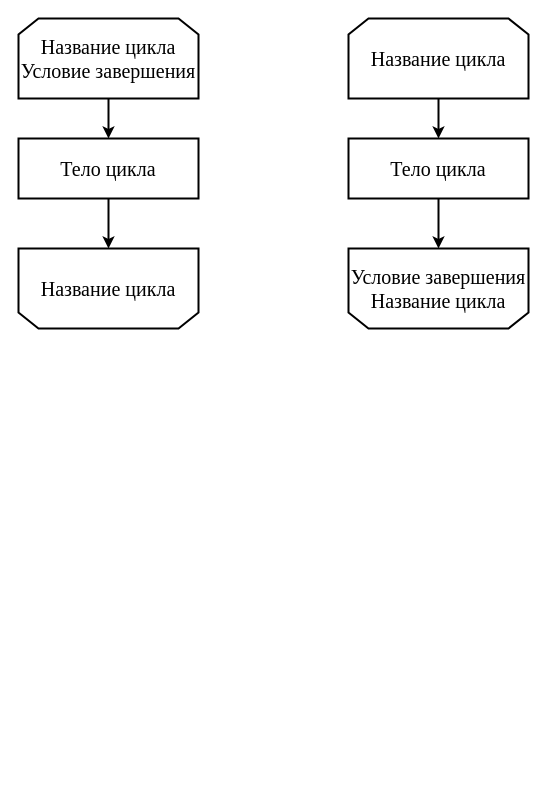
The draw.io diagram page "Цикл с условием" (1 of 4) of Цикл с условием.drawio in lenferer/draw.io, before the edit. Source tidied: cells renumbered, new cells numbered last; positions are measured from the earlier drawing's top-left corner, leaving out a move shared by most shapes. Both pictures are drawn from the tidied source at 100%, with x=0, y=0 at pixel (18, 18).
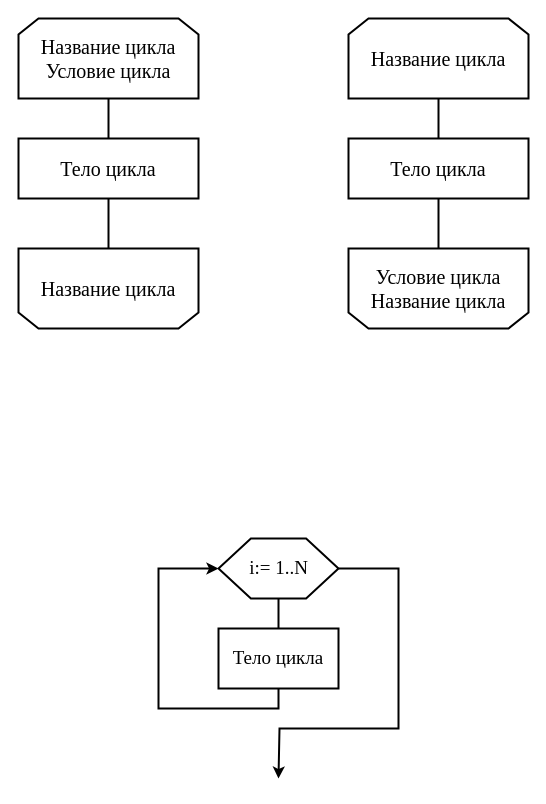
The same page after the edit.

The change refers to these unchanged cells:
```xml
<mxCell id="3" value="&lt;div style=&quot;font-size: 20px;&quot;&gt;Название цикла&lt;/div&gt;" style="shape=loopLimit;whiteSpace=wrap;html=1;shadow=0;strokeColor=#000000;fillColor=#ffffff;gradientColor=none;direction=west;strokeWidth=2;fontFamily=Times New Roman;fontSize=20;" parent="1" vertex="1">
  <mxGeometry y="230" width="180" height="80" as="geometry" />
</mxCell>
<mxCell id="4" value="Тело цикла" style="rounded=1;whiteSpace=wrap;html=1;absoluteArcSize=1;arcSize=0;strokeWidth=2;shadow=0;fillColor=#ffffff;gradientColor=none;fontFamily=Times New Roman;fontSize=20;" parent="1" vertex="1">
  <mxGeometry y="120" width="180" height="60" as="geometry" />
</mxCell>
<mxCell id="5" value="&lt;div style=&quot;font-size: 20px&quot;&gt;Название цикла&lt;/div&gt;" style="shape=loopLimit;whiteSpace=wrap;html=1;shadow=0;strokeColor=#000000;fillColor=#ffffff;gradientColor=none;strokeWidth=2;fontFamily=Times New Roman;fontSize=20;" parent="1" vertex="1">
  <mxGeometry x="330" width="180" height="80" as="geometry" />
</mxCell>
<mxCell id="7" value="Тело цикла" style="rounded=1;whiteSpace=wrap;html=1;absoluteArcSize=1;arcSize=0;strokeWidth=2;shadow=0;fillColor=#ffffff;gradientColor=none;fontFamily=Times New Roman;fontSize=20;" parent="1" vertex="1">
  <mxGeometry x="330" y="120" width="180" height="60" as="geometry" />
</mxCell>
```

What changed in the source:
```diff
@@
-    <mxCell id="2" value="&lt;div style=&quot;font-size: 20px;&quot;&gt;Название цикла&lt;/div&gt;&lt;div style=&quot;font-size: 20px;&quot;&gt;Условие завершения&lt;br style=&quot;font-size: 20px;&quot;&gt;&lt;/div&gt;" style="shape=loopLimit;whiteSpace=wrap;html=1;shadow=0;strokeColor=#000000;fillColor=#ffffff;gradientColor=none;strokeWidth=2;fontFamily=Times New Roman;fontSize=20;" parent="1" vertex="1">
+    <mxCell id="2" value="&lt;div style=&quot;font-size: 20px;&quot;&gt;Название цикла&lt;/div&gt;&lt;div style=&quot;font-size: 20px;&quot;&gt;Условие цикла&lt;br style=&quot;font-size: 20px;&quot;&gt;&lt;/div&gt;" style="shape=loopLimit;whiteSpace=wrap;html=1;shadow=0;strokeColor=#000000;fillColor=#ffffff;gradientColor=none;strokeWidth=2;fontFamily=Times New Roman;fontSize=20;" parent="1" vertex="1">
       <mxGeometry width="180" height="80" as="geometry" />
     </mxCell>
@@
-    <mxCell id="6" value="&lt;div style=&quot;font-size: 20px&quot;&gt;Условие завершения&lt;/div&gt;&lt;div style=&quot;font-size: 20px&quot;&gt;Название цикла&lt;/div&gt;" style="shape=loopLimit;whiteSpace=wrap;html=1;shadow=0;strokeColor=#000000;fillColor=#ffffff;gradientColor=none;direction=west;strokeWidth=2;fontFamily=Times New Roman;fontSize=20;" parent="1" vertex="1">
+    <mxCell id="6" value="&lt;div style=&quot;font-size: 20px&quot;&gt;Условие цикла&lt;/div&gt;&lt;div style=&quot;font-size: 20px&quot;&gt;Название цикла&lt;/div&gt;" style="shape=loopLimit;whiteSpace=wrap;html=1;shadow=0;strokeColor=#000000;fillColor=#ffffff;gradientColor=none;direction=west;strokeWidth=2;fontFamily=Times New Roman;fontSize=20;" parent="1" vertex="1">
       <mxGeometry x="330" y="230" width="180" height="80" as="geometry" />
     </mxCell>
@@
-    <mxCell id="8" style="endArrow=classic;html=1;fontFamily=Times New Roman;fontSize=20;exitX=0.5;exitY=1;exitDx=0;exitDy=0;strokeWidth=2;" parent="1" edge="1" source="2" target="4">
+    <mxCell id="8" style="endArrow=none;html=1;fontFamily=Times New Roman;fontSize=20;exitX=0.5;exitY=1;exitDx=0;exitDy=0;strokeWidth=2;endFill=0;" parent="1" edge="1" source="2" target="4">
       <mxGeometry relative="1" as="geometry" />
     </mxCell>
-    <mxCell id="9" style="endArrow=classic;html=1;strokeWidth=2;fontFamily=Times New Roman;fontSize=20;exitX=0.5;exitY=1;exitDx=0;exitDy=0;entryX=0.5;entryY=1;entryDx=0;entryDy=0;" parent="1" edge="1" source="4" target="3">
+    <mxCell id="9" style="endArrow=none;html=1;strokeWidth=2;fontFamily=Times New Roman;fontSize=20;exitX=0.5;exitY=1;exitDx=0;exitDy=0;entryX=0.5;entryY=1;entryDx=0;entryDy=0;endFill=0;" parent="1" edge="1" source="4" target="3">
       <mxGeometry relative="1" as="geometry" />
     </mxCell>
-    <mxCell id="10" style="endArrow=classic;html=1;strokeWidth=2;fontFamily=Times New Roman;fontSize=20;exitX=0.5;exitY=1;exitDx=0;exitDy=0;entryX=0.5;entryY=0;entryDx=0;entryDy=0;" parent="1" edge="1" source="5" target="7">
+    <mxCell id="10" style="endArrow=none;html=1;strokeWidth=2;fontFamily=Times New Roman;fontSize=20;exitX=0.5;exitY=1;exitDx=0;exitDy=0;entryX=0.5;entryY=0;entryDx=0;entryDy=0;endFill=0;" parent="1" edge="1" source="5" target="7">
       <mxGeometry relative="1" as="geometry" />
     </mxCell>
-    <mxCell id="11" style="endArrow=classic;html=1;strokeWidth=2;fontFamily=Times New Roman;fontSize=20;exitX=0.5;exitY=1;exitDx=0;exitDy=0;" parent="1" edge="1" source="7" target="6">
+    <mxCell id="11" style="endArrow=none;html=1;strokeWidth=2;fontFamily=Times New Roman;fontSize=20;exitX=0.5;exitY=1;exitDx=0;exitDy=0;endFill=0;" parent="1" edge="1" source="7" target="6">
       <mxGeometry relative="1" as="geometry" />
     </mxCell>
+    <mxCell id="12" style="edgeStyle=orthogonalEdgeStyle;rounded=0;jettySize=auto;html=1;exitX=0.5;exitY=1;exitDx=0;exitDy=0;entryX=0.5;entryY=0;entryDx=0;entryDy=0;endArrow=none;endFill=0;strokeWidth=2;fontFamily=Times New Roman;fontSize=19;" parent="1" edge="1" source="14" target="16">
+      <mxGeometry relative="1" as="geometry" />
+    </mxCell>
+    <mxCell id="13" style="edgeStyle=orthogonalEdgeStyle;rounded=0;jettySize=auto;html=1;exitX=1;exitY=0.5;exitDx=0;exitDy=0;strokeWidth=2;fontFamily=Times New Roman;fontSize=19;" parent="1" edge="1" source="14">
+      <mxGeometry relative="1" as="geometry">
+        <mxPoint x="260" y="760" as="targetPoint" />
+        <Array as="points">
+          <mxPoint x="380" y="550" />
+          <mxPoint x="380" y="710" />
+          <mxPoint x="261" y="710" />
+        </Array>
+      </mxGeometry>
+    </mxCell>
+    <mxCell id="14" value="i:= 1..N" style="verticalLabelPosition=middle;verticalAlign=middle;html=1;shape=hexagon;perimeter=hexagonPerimeter2;arcSize=6;size=0.27;strokeWidth=2;labelPosition=center;align=center;fontFamily=Times New Roman;fontSize=19;" parent="1" vertex="1">
+      <mxGeometry x="200" y="520" width="120" height="60" as="geometry" />
+    </mxCell>
+    <mxCell id="15" style="edgeStyle=orthogonalEdgeStyle;rounded=0;jettySize=auto;html=1;exitX=0.5;exitY=1;exitDx=0;exitDy=0;entryX=0;entryY=0.5;entryDx=0;entryDy=0;strokeWidth=2;fontFamily=Times New Roman;fontSize=19;" parent="1" edge="1" source="16" target="14">
+      <mxGeometry relative="1" as="geometry">
+        <Array as="points">
+          <mxPoint x="260" y="690" />
+          <mxPoint x="140" y="690" />
+          <mxPoint x="140" y="550" />
+        </Array>
+      </mxGeometry>
+    </mxCell>
+    <mxCell id="16" value="Тело цикла" style="rounded=0;whiteSpace=wrap;html=1;strokeWidth=2;fontFamily=Times New Roman;fontSize=19;" parent="1" vertex="1">
+      <mxGeometry x="200" y="610" width="120" height="60" as="geometry" />
+    </mxCell>
```
